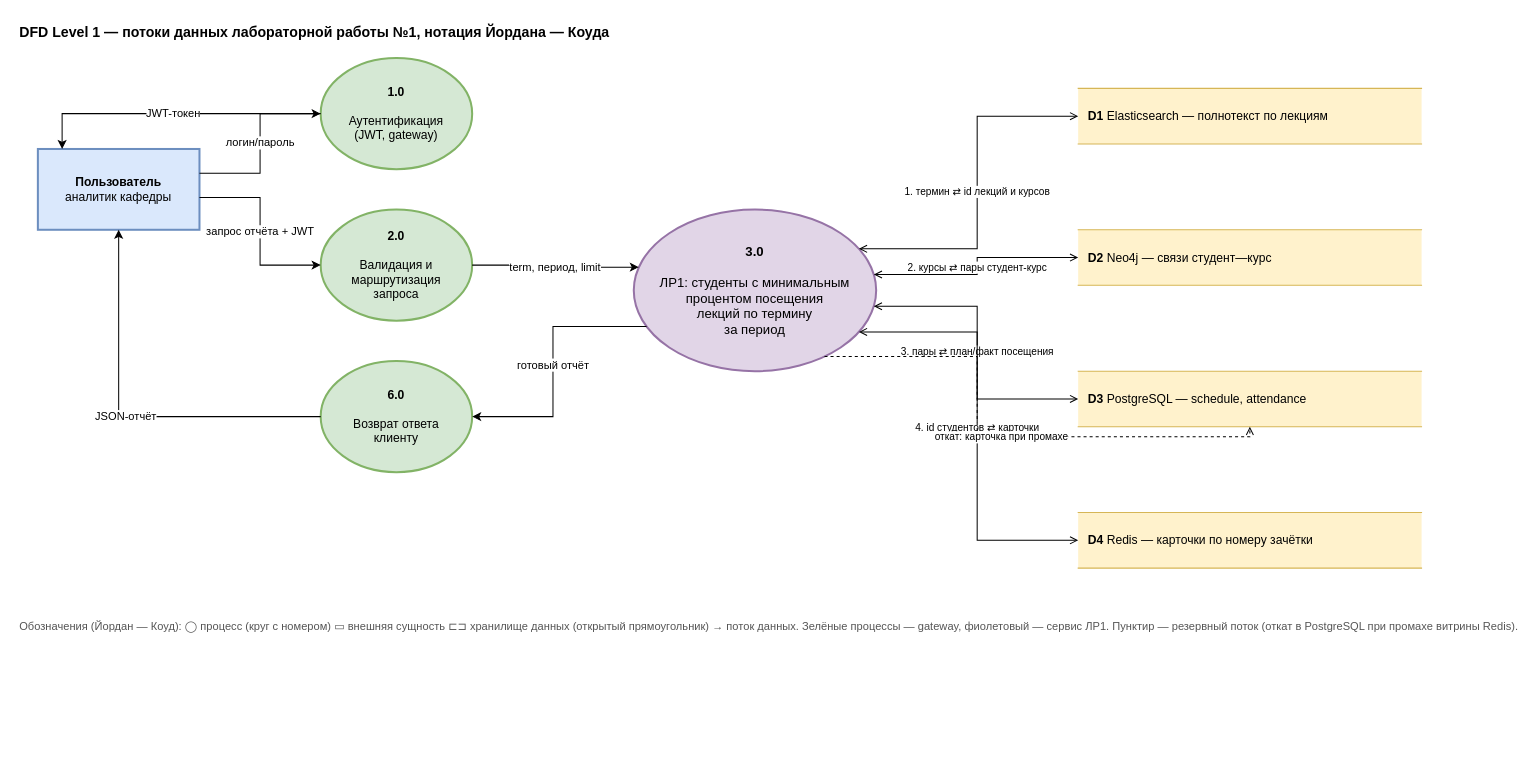
This is docs/diagrams/dfd-level1.drawio from Darvinx2/kall, a draw.io file, before an edit. Source tidied: cells renumbered, new cells numbered last; positions are measured from the earlier drawing's top-left corner, leaving out a move shared by most shapes. Both pictures are drawn from the tidied source at 101%, with x=0, y=0 at pixel (17, 17).
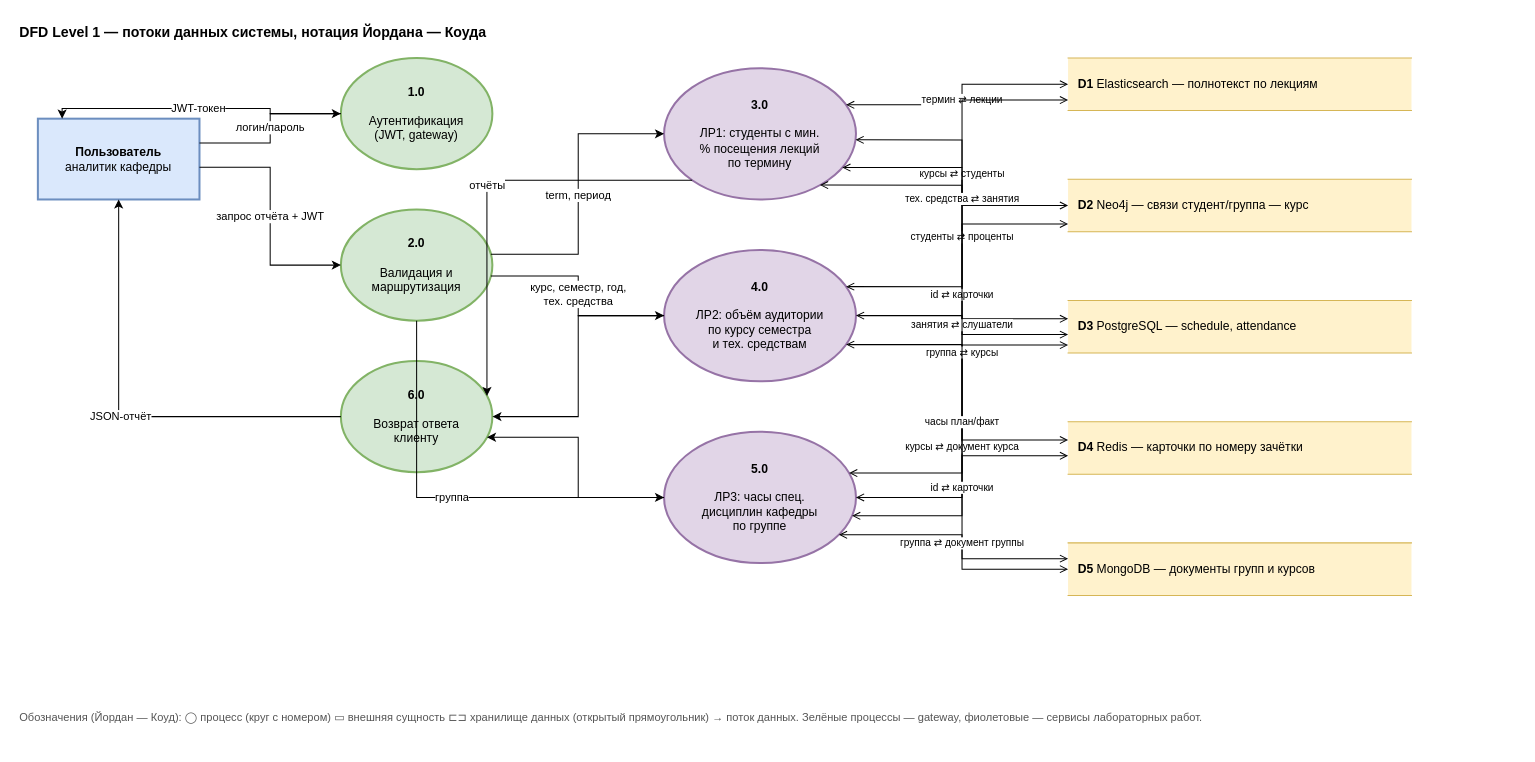
After the change.

Change to the diagram source:
```diff
@@
-    <mxCell id="2" value="DFD Level 1 — потоки данных лабораторной работы №1, нотация Йордана — Коуда" style="text;html=1;align=left;fontSize=14;fontStyle=1;" parent="1" vertex="1">
+    <mxCell id="2" value="DFD Level 1 — потоки данных системы, нотация Йордана — Коуда" style="text;html=1;align=left;fontSize=14;fontStyle=1;" parent="1" vertex="1">
       <mxGeometry width="900" height="24" as="geometry" />
     </mxCell>
     <mxCell id="3" value="&lt;b&gt;Пользователь&lt;/b&gt;&lt;br&gt;аналитик кафедры" style="rounded=0;whiteSpace=wrap;html=1;fillColor=#dae8fc;strokeColor=#6c8ebf;strokeWidth=2;fontSize=12;" parent="1" vertex="1">
-      <mxGeometry x="20" y="130" width="160" height="80" as="geometry" />
+      <mxGeometry x="20" y="100" width="160" height="80" as="geometry" />
     </mxCell>
     <mxCell id="4" value="&lt;b&gt;1.0&lt;/b&gt;&lt;br&gt;&lt;br&gt;Аутентификация&lt;br&gt;(JWT, gateway)" style="ellipse;whiteSpace=wrap;html=1;fillColor=#d5e8d4;strokeColor=#82b366;strokeWidth=2;fontSize=12;" parent="1" vertex="1">
-      <mxGeometry x="300" y="40" width="150" height="110" as="geometry" />
+      <mxGeometry x="320" y="40" width="150" height="110" as="geometry" />
     </mxCell>
-    <mxCell id="5" value="&lt;b&gt;2.0&lt;/b&gt;&lt;br&gt;&lt;br&gt;Валидация и&lt;br&gt;маршрутизация&lt;br&gt;запроса" style="ellipse;whiteSpace=wrap;html=1;fillColor=#d5e8d4;strokeColor=#82b366;strokeWidth=2;fontSize=12;" parent="1" vertex="1">
-      <mxGeometry x="300" y="190" width="150" height="110" as="geometry" />
+    <mxCell id="5" value="&lt;b&gt;2.0&lt;/b&gt;&lt;br&gt;&lt;br&gt;Валидация и&lt;br&gt;маршрутизация" style="ellipse;whiteSpace=wrap;html=1;fillColor=#d5e8d4;strokeColor=#82b366;strokeWidth=2;fontSize=12;" parent="1" vertex="1">
+      <mxGeometry x="320" y="190" width="150" height="110" as="geometry" />
     </mxCell>
     <mxCell id="6" value="&lt;b&gt;6.0&lt;/b&gt;&lt;br&gt;&lt;br&gt;Возврат ответа&lt;br&gt;клиенту" style="ellipse;whiteSpace=wrap;html=1;fillColor=#d5e8d4;strokeColor=#82b366;strokeWidth=2;fontSize=12;" parent="1" vertex="1">
-      <mxGeometry x="300" y="340" width="150" height="110" as="geometry" />
+      <mxGeometry x="320" y="340" width="150" height="110" as="geometry" />
     </mxCell>
-    <mxCell id="7" value="&lt;b&gt;3.0&lt;/b&gt;&lt;br&gt;&lt;br&gt;ЛР1: студенты с минимальным&lt;br&gt;процентом посещения&lt;br&gt;лекций по термину&lt;br&gt;за период" style="ellipse;whiteSpace=wrap;html=1;fillColor=#e1d5e7;strokeColor=#9673a6;strokeWidth=2;fontSize=13;" parent="1" vertex="1">
-      <mxGeometry x="610" y="190" width="240" height="160" as="geometry" />
+    <mxCell id="7" value="&lt;b&gt;3.0&lt;/b&gt;&lt;br&gt;&lt;br&gt;ЛР1: студенты с мин.&lt;br&gt;% посещения лекций&lt;br&gt;по термину" style="ellipse;whiteSpace=wrap;html=1;fillColor=#e1d5e7;strokeColor=#9673a6;strokeWidth=2;fontSize=12;" parent="1" vertex="1">
+      <mxGeometry x="640" y="50" width="190" height="130" as="geometry" />
     </mxCell>
+    <mxCell id="24" value="&lt;b&gt;4.0&lt;/b&gt;&lt;br&gt;&lt;br&gt;ЛР2: объём аудитории&lt;br&gt;по курсу семестра&lt;br&gt;и тех. средствам" style="ellipse;whiteSpace=wrap;html=1;fillColor=#e1d5e7;strokeColor=#9673a6;strokeWidth=2;fontSize=12;" parent="1" vertex="1">
+      <mxGeometry x="640" y="230" width="190" height="130" as="geometry" />
+    </mxCell>
+    <mxCell id="25" value="&lt;b&gt;5.0&lt;/b&gt;&lt;br&gt;&lt;br&gt;ЛР3: часы спец.&lt;br&gt;дисциплин кафедры&lt;br&gt;по группе" style="ellipse;whiteSpace=wrap;html=1;fillColor=#e1d5e7;strokeColor=#9673a6;strokeWidth=2;fontSize=12;" parent="1" vertex="1">
+      <mxGeometry x="640" y="410" width="190" height="130" as="geometry" />
+    </mxCell>
     <mxCell id="8" value="&lt;b&gt;D1&lt;/b&gt;  Elasticsearch — полнотекст по лекциям" style="shape=partialRectangle;whiteSpace=wrap;html=1;left=0;right=0;fillColor=#fff2cc;strokeColor=#d6b656;fontSize=12;align=left;spacingLeft=8;" parent="1" vertex="1">
-      <mxGeometry x="1050" y="70" width="340" height="55" as="geometry" />
+      <mxGeometry x="1040" y="40" width="340" height="52" as="geometry" />
     </mxCell>
-    <mxCell id="9" value="&lt;b&gt;D2&lt;/b&gt;  Neo4j — связи студент—курс" style="shape=partialRectangle;whiteSpace=wrap;html=1;left=0;right=0;fillColor=#fff2cc;strokeColor=#d6b656;fontSize=12;align=left;spacingLeft=8;" parent="1" vertex="1">
-      <mxGeometry x="1050" y="210" width="340" height="55" as="geometry" />
+    <mxCell id="9" value="&lt;b&gt;D2&lt;/b&gt;  Neo4j — связи студент/группа — курс" style="shape=partialRectangle;whiteSpace=wrap;html=1;left=0;right=0;fillColor=#fff2cc;strokeColor=#d6b656;fontSize=12;align=left;spacingLeft=8;" parent="1" vertex="1">
+      <mxGeometry x="1040" y="160" width="340" height="52" as="geometry" />
     </mxCell>
     <mxCell id="10" value="&lt;b&gt;D3&lt;/b&gt;  PostgreSQL — schedule, attendance" style="shape=partialRectangle;whiteSpace=wrap;html=1;left=0;right=0;fillColor=#fff2cc;strokeColor=#d6b656;fontSize=12;align=left;spacingLeft=8;" parent="1" vertex="1">
-      <mxGeometry x="1050" y="350" width="340" height="55" as="geometry" />
+      <mxGeometry x="1040" y="280" width="340" height="52" as="geometry" />
     </mxCell>
     <mxCell id="11" value="&lt;b&gt;D4&lt;/b&gt;  Redis — карточки по номеру зачётки" style="shape=partialRectangle;whiteSpace=wrap;html=1;left=0;right=0;fillColor=#fff2cc;strokeColor=#d6b656;fontSize=12;align=left;spacingLeft=8;" parent="1" vertex="1">
-      <mxGeometry x="1050" y="490" width="340" height="55" as="geometry" />
+      <mxGeometry x="1040" y="400" width="340" height="52" as="geometry" />
     </mxCell>
+    <mxCell id="26" value="&lt;b&gt;D5&lt;/b&gt;  MongoDB — документы групп и курсов" style="shape=partialRectangle;whiteSpace=wrap;html=1;left=0;right=0;fillColor=#fff2cc;strokeColor=#d6b656;fontSize=12;align=left;spacingLeft=8;" parent="1" vertex="1">
+      <mxGeometry x="1040" y="520" width="340" height="52" as="geometry" />
+    </mxCell>
@@
-    <mxCell id="16" value="term, период, limit" style="edgeStyle=orthogonalEdgeStyle;rounded=0;html=1;fontSize=11;exitX=1;exitY=0.5;entryX=0;entryY=0.35;" parent="1" edge="1" source="5" target="7">
+    <mxCell id="16" value="term, период" style="edgeStyle=orthogonalEdgeStyle;rounded=0;html=1;fontSize=11;exitX=1;exitY=0.4;entryX=0;entryY=0.5;" parent="1" edge="1" source="5" target="7">
       <mxGeometry relative="1" as="geometry" />
     </mxCell>
+    <mxCell id="27" value="курс, семестр, год,&#10;тех. средства" style="edgeStyle=orthogonalEdgeStyle;rounded=0;html=1;fontSize=11;exitX=1;exitY=0.6;entryX=0;entryY=0.5;" parent="1" edge="1" source="5" target="24">
+      <mxGeometry relative="1" as="geometry" />
+    </mxCell>
+    <mxCell id="28" value="группа" style="edgeStyle=orthogonalEdgeStyle;rounded=0;html=1;fontSize=11;exitX=0.5;exitY=1;entryX=0;entryY=0.5;" parent="1" edge="1" source="5" target="25">
+      <mxGeometry relative="1" as="geometry" />
+    </mxCell>
-    <mxCell id="17" value="готовый отчёт" style="edgeStyle=orthogonalEdgeStyle;rounded=0;html=1;fontSize=11;exitX=0;exitY=0.75;entryX=1;entryY=0.5;" parent="1" edge="1" source="7" target="6">
+    <mxCell id="17" value="отчёты" style="edgeStyle=orthogonalEdgeStyle;rounded=0;html=1;fontSize=11;exitX=0;exitY=1;entryX=1;entryY=0.3;" parent="1" edge="1" source="7" target="6">
       <mxGeometry relative="1" as="geometry" />
     </mxCell>
+    <mxCell id="29" style="edgeStyle=orthogonalEdgeStyle;rounded=0;html=1;fontSize=11;exitX=0;exitY=0.5;entryX=1;entryY=0.5;" parent="1" edge="1" source="24" target="6">
+      <mxGeometry relative="1" as="geometry" />
+    </mxCell>
+    <mxCell id="30" style="edgeStyle=orthogonalEdgeStyle;rounded=0;html=1;fontSize=11;exitX=0;exitY=0.5;entryX=1;entryY=0.7;" parent="1" edge="1" source="25" target="6">
+      <mxGeometry relative="1" as="geometry" />
+    </mxCell>
-    <mxCell id="18" value="1. термин ⇄ id лекций и курсов" style="edgeStyle=orthogonalEdgeStyle;rounded=0;html=1;fontSize=10;startArrow=open;endArrow=open;exitX=1;exitY=0.2;entryX=0;entryY=0.5;" parent="1" edge="1" source="7" target="8">
+    <mxCell id="18" value="термин ⇄ лекции" style="edgeStyle=orthogonalEdgeStyle;rounded=0;html=1;fontSize=10;startArrow=open;endArrow=open;exitX=1;exitY=0.25;entryX=0;entryY=0.5;" parent="1" edge="1" source="7" target="8">
       <mxGeometry relative="1" as="geometry" />
     </mxCell>
-    <mxCell id="19" value="2. курсы ⇄ пары студент-курс" style="edgeStyle=orthogonalEdgeStyle;rounded=0;html=1;fontSize=10;startArrow=open;endArrow=open;exitX=1;exitY=0.4;entryX=0;entryY=0.5;" parent="1" edge="1" source="7" target="9">
+    <mxCell id="19" value="курсы ⇄ студенты" style="edgeStyle=orthogonalEdgeStyle;rounded=0;html=1;fontSize=10;startArrow=open;endArrow=open;exitX=1;exitY=0.55;entryX=0;entryY=0.5;" parent="1" edge="1" source="7" target="9">
       <mxGeometry relative="1" as="geometry" />
     </mxCell>
-    <mxCell id="20" value="3. пары ⇄ план/факт посещения" style="edgeStyle=orthogonalEdgeStyle;rounded=0;html=1;fontSize=10;startArrow=open;endArrow=open;exitX=1;exitY=0.6;entryX=0;entryY=0.5;" parent="1" edge="1" source="7" target="10">
-      <mxGeometry relative="1" as="geometry" />
-    </mxCell>
+    <mxCell id="31" value="студенты ⇄ проценты" style="edgeStyle=orthogonalEdgeStyle;rounded=0;html=1;fontSize=10;startArrow=open;endArrow=open;exitX=1;exitY=0.8;entryX=0;entryY=0.35;" parent="1" edge="1" source="7" target="10">
+      <mxGeometry relative="1" as="geometry" />
+    </mxCell>
-    <mxCell id="21" value="4. id студентов ⇄ карточки" style="edgeStyle=orthogonalEdgeStyle;rounded=0;html=1;fontSize=10;startArrow=open;endArrow=open;exitX=1;exitY=0.8;entryX=0;entryY=0.5;" parent="1" edge="1" source="7" target="11">
+    <mxCell id="21" value="id ⇄ карточки" style="edgeStyle=orthogonalEdgeStyle;rounded=0;html=1;fontSize=10;startArrow=open;endArrow=open;exitX=0.9;exitY=1;entryX=0;entryY=0.35;" parent="1" edge="1" source="7" target="11">
       <mxGeometry relative="1" as="geometry" />
     </mxCell>
-    <mxCell id="22" value="откат: карточка при промахе" style="edgeStyle=orthogonalEdgeStyle;rounded=0;html=1;fontSize=10;dashed=1;startArrow=none;endArrow=open;exitX=0.85;exitY=1;entryX=0.5;entryY=1;" parent="1" edge="1" source="7" target="10">
-      <mxGeometry relative="1" as="geometry" />
-    </mxCell>
+    <mxCell id="32" value="тех. средства ⇄ занятия" style="edgeStyle=orthogonalEdgeStyle;rounded=0;html=1;fontSize=10;startArrow=open;endArrow=open;exitX=1;exitY=0.25;entryX=0;entryY=0.8;" parent="1" edge="1" source="24" target="8">
+      <mxGeometry relative="1" as="geometry" />
+    </mxCell>
+    <mxCell id="33" value="занятия ⇄ слушатели" style="edgeStyle=orthogonalEdgeStyle;rounded=0;html=1;fontSize=10;startArrow=open;endArrow=open;exitX=1;exitY=0.5;entryX=0;entryY=0.65;" parent="1" edge="1" source="24" target="10">
+      <mxGeometry relative="1" as="geometry" />
+    </mxCell>
+    <mxCell id="34" value="курсы ⇄ документ курса" style="edgeStyle=orthogonalEdgeStyle;rounded=0;html=1;fontSize=10;startArrow=open;endArrow=open;exitX=1;exitY=0.75;entryX=0;entryY=0.3;" parent="1" edge="1" source="24" target="26">
+      <mxGeometry relative="1" as="geometry" />
+    </mxCell>
+    <mxCell id="35" value="группа ⇄ курсы" style="edgeStyle=orthogonalEdgeStyle;rounded=0;html=1;fontSize=10;startArrow=open;endArrow=open;exitX=1;exitY=0.3;entryX=0;entryY=0.85;" parent="1" edge="1" source="25" target="9">
+      <mxGeometry relative="1" as="geometry" />
+    </mxCell>
+    <mxCell id="36" value="часы план/факт" style="edgeStyle=orthogonalEdgeStyle;rounded=0;html=1;fontSize=10;startArrow=open;endArrow=open;exitX=1;exitY=0.5;entryX=0;entryY=0.85;" parent="1" edge="1" source="25" target="10">
+      <mxGeometry relative="1" as="geometry" />
+    </mxCell>
+    <mxCell id="37" value="id ⇄ карточки" style="edgeStyle=orthogonalEdgeStyle;rounded=0;html=1;fontSize=10;startArrow=open;endArrow=open;exitX=1;exitY=0.65;entryX=0;entryY=0.65;" parent="1" edge="1" source="25" target="11">
+      <mxGeometry relative="1" as="geometry" />
+    </mxCell>
+    <mxCell id="38" value="группа ⇄ документ группы" style="edgeStyle=orthogonalEdgeStyle;rounded=0;html=1;fontSize=10;startArrow=open;endArrow=open;exitX=1;exitY=0.85;entryX=0;entryY=0.5;" parent="1" edge="1" source="25" target="26">
+      <mxGeometry relative="1" as="geometry" />
+    </mxCell>
-    <mxCell id="23" value="Обозначения (Йордан — Коуд):   ◯ процесс (круг с номером)      ▭ внешняя сущность      ⊏⊐ хранилище данных (открытый прямоугольник)      → поток данных.    Зелёные процессы — gateway, фиолетовый — сервис ЛР1.    Пунктир — резервный поток (откат в PostgreSQL при промахе витрины Redis)." style="text;html=1;align=left;fontSize=11;fontColor=#555555;" parent="1" vertex="1">
-      <mxGeometry y="590" width="1390" height="55" as="geometry" />
+    <mxCell id="23" value="Обозначения (Йордан — Коуд):   ◯ процесс (круг с номером)      ▭ внешняя сущность      ⊏⊐ хранилище данных (открытый прямоугольник)      → поток данных.    Зелёные процессы — gateway, фиолетовые — сервисы лабораторных работ." style="text;html=1;align=left;fontSize=11;fontColor=#555555;" parent="1" vertex="1">
+      <mxGeometry y="680" width="1370" height="40" as="geometry" />
     </mxCell>
```
